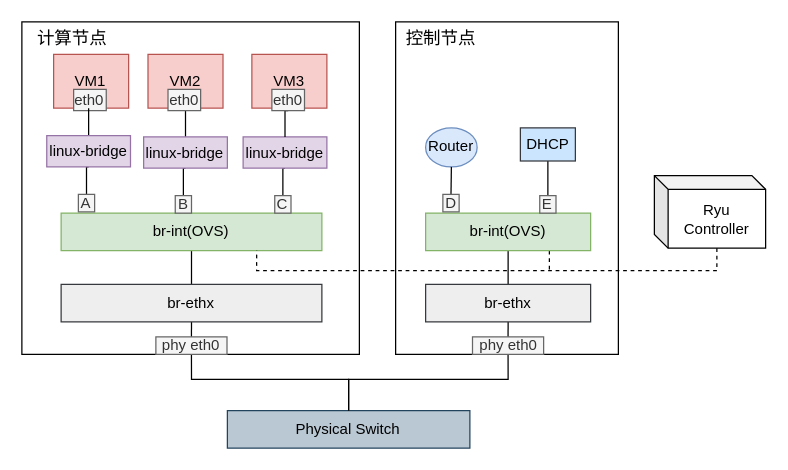
Icarus1994/neutron_conf keeps this draw.io diagram as page "vxlan架构示意图" (6 of 6) of 移动互联网场景图.drawio. Above is the earlier version. Source tidied: cells renumbered, new cells numbered last; positions are measured from the earlier drawing's top-left corner, leaving out a move shared by most shapes. Both pictures are drawn from the tidied source at 125%, with x=0, y=0 at pixel (21, 21).
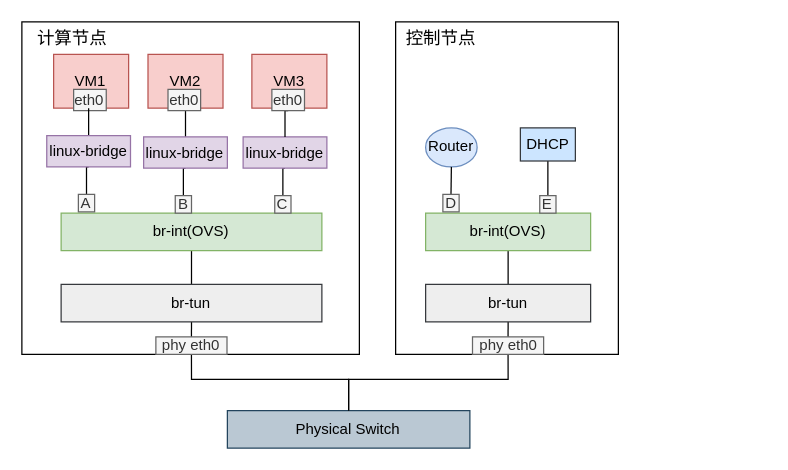
The same page after the edit.

The change refers to these unchanged cells:
```xml
<mxCell id="10" value="br-int(OVS)" style="rounded=0;whiteSpace=wrap;html=1;fillColor=#d5e8d4;strokeColor=#82b366;" parent="1" vertex="1">
  <mxGeometry x="31.4" y="153" width="208.6" height="30" as="geometry" />
</mxCell>
<mxCell id="28" value="br-int(OVS)" style="rounded=0;whiteSpace=wrap;html=1;fillColor=#d5e8d4;strokeColor=#82b366;" parent="1" vertex="1">
  <mxGeometry x="323" y="153" width="132" height="30" as="geometry" />
</mxCell>
```

What changed in the source:
```diff
@@
-    <mxCell id="19" value="br-ethx" style="rounded=0;whiteSpace=wrap;html=1;fillColor=#eeeeee;strokeColor=#36393d;" parent="1" vertex="1">
+    <mxCell id="19" value="br-tun" style="rounded=0;whiteSpace=wrap;html=1;fillColor=#eeeeee;strokeColor=#36393d;" parent="1" vertex="1">
       <mxGeometry x="31.4" y="210" width="208.6" height="30" as="geometry" />
     </mxCell>
@@
-    <mxCell id="27" style="edgeStyle=orthogonalEdgeStyle;rounded=0;jettySize=auto;html=1;exitX=0.75;exitY=1;exitDx=0;exitDy=0;dashed=1;endArrow=none;endFill=0;strokeColor=#000000;strokeWidth=1;" parent="1" edge="1" source="28">
-      <mxGeometry relative="1" as="geometry">
-        <mxPoint x="422" y="199" as="targetPoint" />
-      </mxGeometry>
-    </mxCell>
@@
-    <mxCell id="33" value="br-ethx" style="rounded=0;whiteSpace=wrap;html=1;fillColor=#eeeeee;strokeColor=#36393d;" parent="1" vertex="1">
+    <mxCell id="33" value="br-tun" style="rounded=0;whiteSpace=wrap;html=1;fillColor=#eeeeee;strokeColor=#36393d;" parent="1" vertex="1">
       <mxGeometry x="323" y="210" width="132" height="30" as="geometry" />
     </mxCell>
@@
-    <mxCell id="40" value="Ryu Controller" style="shape=cube;whiteSpace=wrap;html=1;boundedLbl=1;backgroundOutline=1;darkOpacity=0.05;darkOpacity2=0.1;size=11;" parent="1" vertex="1">
-      <mxGeometry x="506" y="123" width="89" height="58" as="geometry" />
-    </mxCell>
@@
-    <mxCell id="47" style="endArrow=none;dashed=1;html=1;strokeColor=#000000;strokeWidth=1;entryX=0.75;entryY=1;entryDx=0;entryDy=0;edgeStyle=orthogonalEdgeStyle;rounded=0;exitX=0;exitY=0;exitDx=50;exitDy=58;exitPerimeter=0;" parent="1" edge="1" source="40" target="10">
-      <mxGeometry relative="1" as="geometry">
-        <Array as="points">
-          <mxPoint x="556" y="199" />
-          <mxPoint x="188" y="199" />
-        </Array>
-      </mxGeometry>
-    </mxCell>
```
